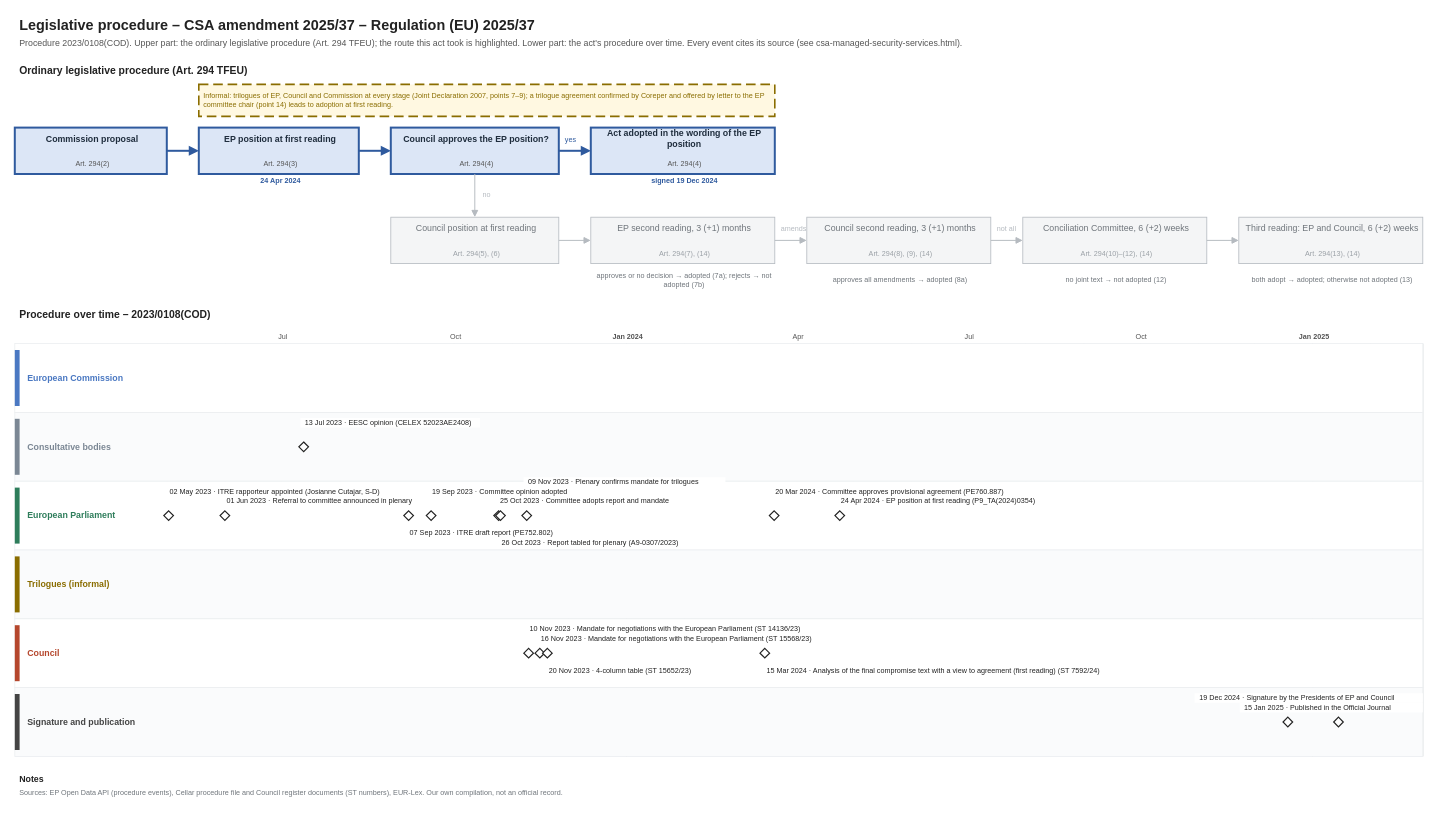
Earlier version of the draw.io diagram procedures/csa-managed-security-services.drawio (git-z0man/eu-regulation-timeline). Source tidied: cells renumbered, new cells numbered last; positions are measured from the earlier drawing's top-left corner, leaving out a move shared by most shapes. Both pictures are drawn from the tidied source at 80%, with x=0, y=0 at pixel (14, 14).
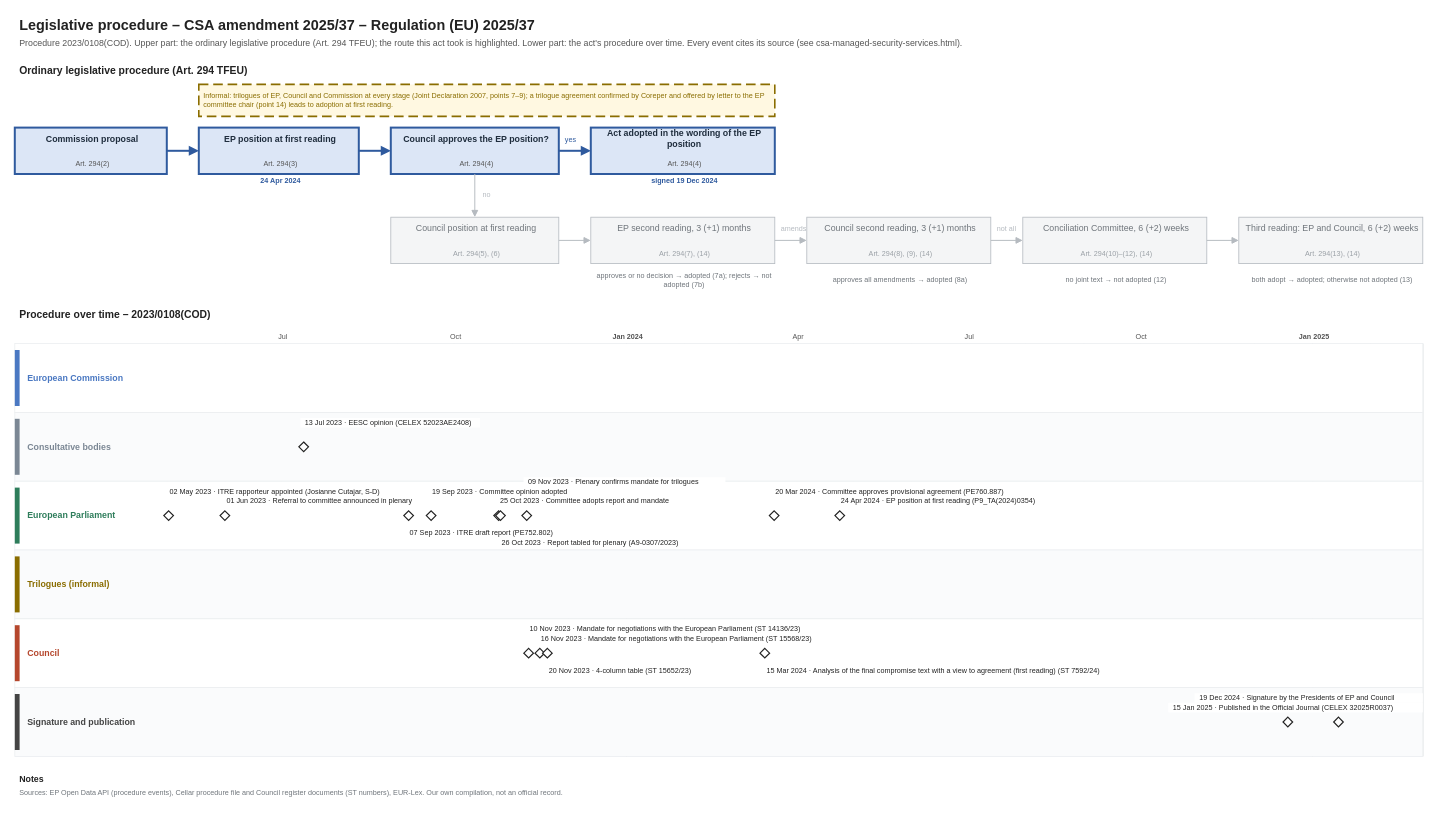
After the change.

Change to the diagram source:
```diff
@@
-    <mxCell id="132" value="15 Jan 2025 · Published in the Official Journal" style="text;html=1;fontSize=9;fontColor=#222222;align=left;verticalAlign=middle;spacingLeft=4;fillColor=#ffffff;" parent="1" vertex="1">
-      <mxGeometry x="1531.1" y="861" width="228.9" height="12" as="geometry" />
+    <mxCell id="132" value="15 Jan 2025 · Published in the Official Journal (CELEX 32025R0037)" style="text;html=1;fontSize=9;fontColor=#222222;align=left;verticalAlign=middle;spacingLeft=4;fillColor=#ffffff;" parent="1" vertex="1">
+      <mxGeometry x="1441.8" y="861" width="318.2" height="12" as="geometry" />
     </mxCell>
```
